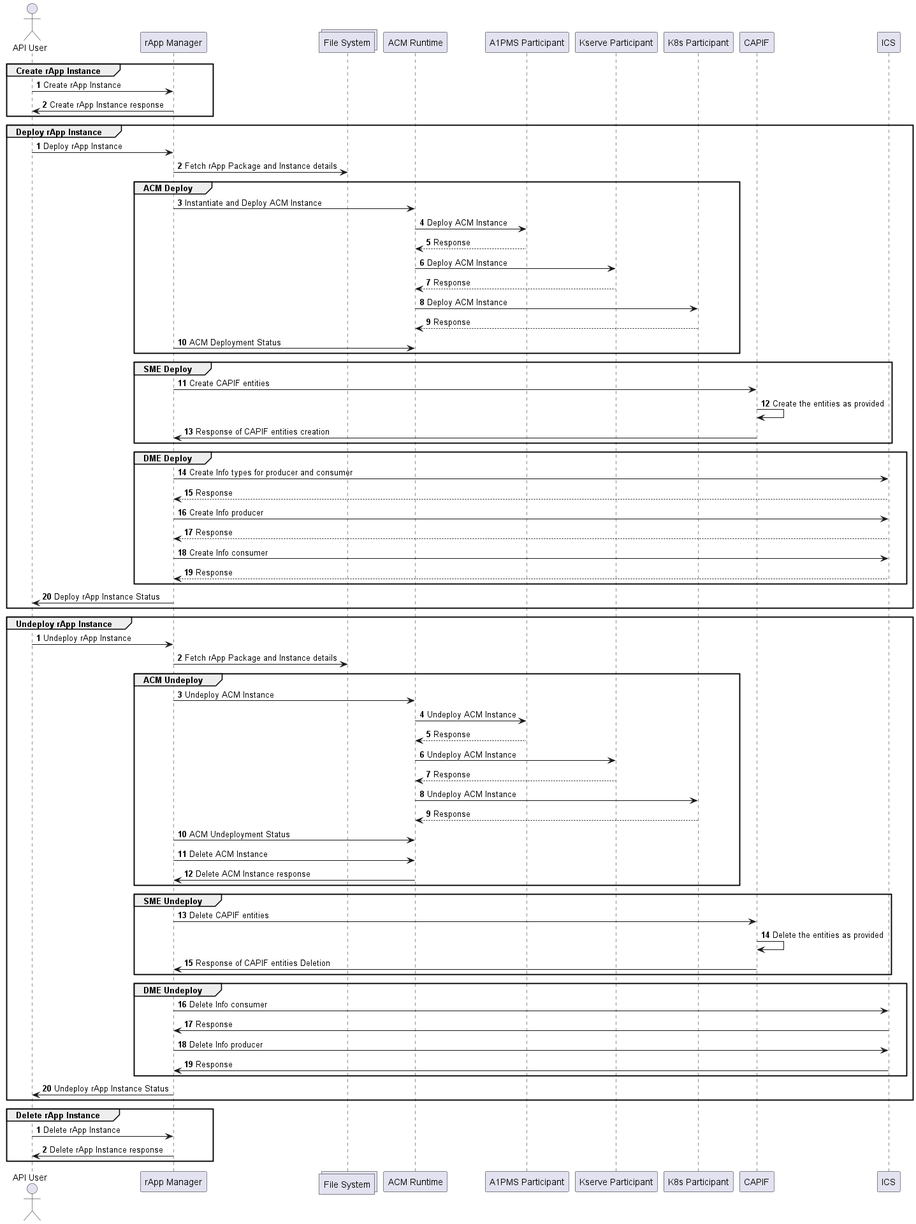
Above: docs/images/rApp-instance-flow.png in o-ran-sc/nonrtric-plt-rappmanager (PlantUML), before the change. Its diagram source:
```plantuml
@startuml
autonumber

actor "API User"
participant "rApp Manager"
collections "File System"
participant "ACM Runtime"
participant "A1PMS Participant"
participant "Kserve Participant"
participant "K8s Participant"
participant "CAPIF"
participant "ICS"

autonumber
group Create rApp Instance
"API User"->"rApp Manager": Create rApp Instance
"rApp Manager"->"API User": Create rApp Instance response
end

autonumber
group Deploy rApp Instance
"API User"->"rApp Manager": Deploy rApp Instance
"rApp Manager"->"File System": Fetch rApp Package and Instance details
    group ACM Deploy
        "rApp Manager"->"ACM Runtime": Instantiate and Deploy ACM Instance
        "ACM Runtime"->"A1PMS Participant": Deploy ACM Instance
        "ACM Runtime"<--"A1PMS Participant": Response
        "ACM Runtime"->"Kserve Participant": Deploy ACM Instance
        "ACM Runtime"<--"Kserve Participant": Response
        "ACM Runtime"->"K8s Participant": Deploy ACM Instance
        "ACM Runtime"<--"K8s Participant": Response
        "rApp Manager"->"ACM Runtime": ACM Deployment Status
    end

    group SME Deploy
        "rApp Manager"->"CAPIF": Create CAPIF entities
        "CAPIF"->"CAPIF": Create the entities as provided
        "rApp Manager"<-"CAPIF": Response of CAPIF entities creation
    end
    group DME Deploy
        "rApp Manager"->"ICS": Create Info types for producer and consumer
        "rApp Manager"<--"ICS": Response
        "rApp Manager"->"ICS": Create Info producer
        "rApp Manager"<--"ICS": Response
        "rApp Manager"->"ICS": Create Info consumer
        "rApp Manager"<--"ICS": Response
    end
"API User"<-"rApp Manager": Deploy rApp Instance Status
end

autonumber
group Undeploy rApp Instance
"API User"->"rApp Manager": Undeploy rApp Instance
"rApp Manager"->"File System": Fetch rApp Package and Instance details
    group ACM Undeploy
        "rApp Manager"->"ACM Runtime": Undeploy ACM Instance
        "ACM Runtime"->"A1PMS Participant": Undeploy ACM Instance
        "ACM Runtime"<--"A1PMS Participant": Response
        "ACM Runtime"->"Kserve Participant": Undeploy ACM Instance
        "ACM Runtime"<--"Kserve Participant": Response
        "ACM Runtime"->"K8s Participant": Undeploy ACM Instance
        "ACM Runtime"<--"K8s Participant": Response
        "rApp Manager"->"ACM Runtime": ACM Undeployment Status
        "rApp Manager"->"ACM Runtime": Delete ACM Instance
        "rApp Manager"<-"ACM Runtime": Delete ACM Instance response
    end

    group SME Undeploy
        "rApp Manager"->"CAPIF": Delete CAPIF entities
        "CAPIF"->"CAPIF": Delete the entities as provided
        "rApp Manager"<-"CAPIF": Response of CAPIF entities Deletion
    end
    group DME Undeploy
        "rApp Manager"->"ICS": Delete Info consumer
        "rApp Manager"<-"ICS": Response
        "rApp Manager"->"ICS": Delete Info producer
        "rApp Manager"<-"ICS": Response
    end
"API User"<-"rApp Manager": Undeploy rApp Instance Status
end

autonumber
group Delete rApp Instance
"API User"->"rApp Manager": Delete rApp Instance
"rApp Manager"->"API User": Delete rApp Instance response
end

@enduml
```
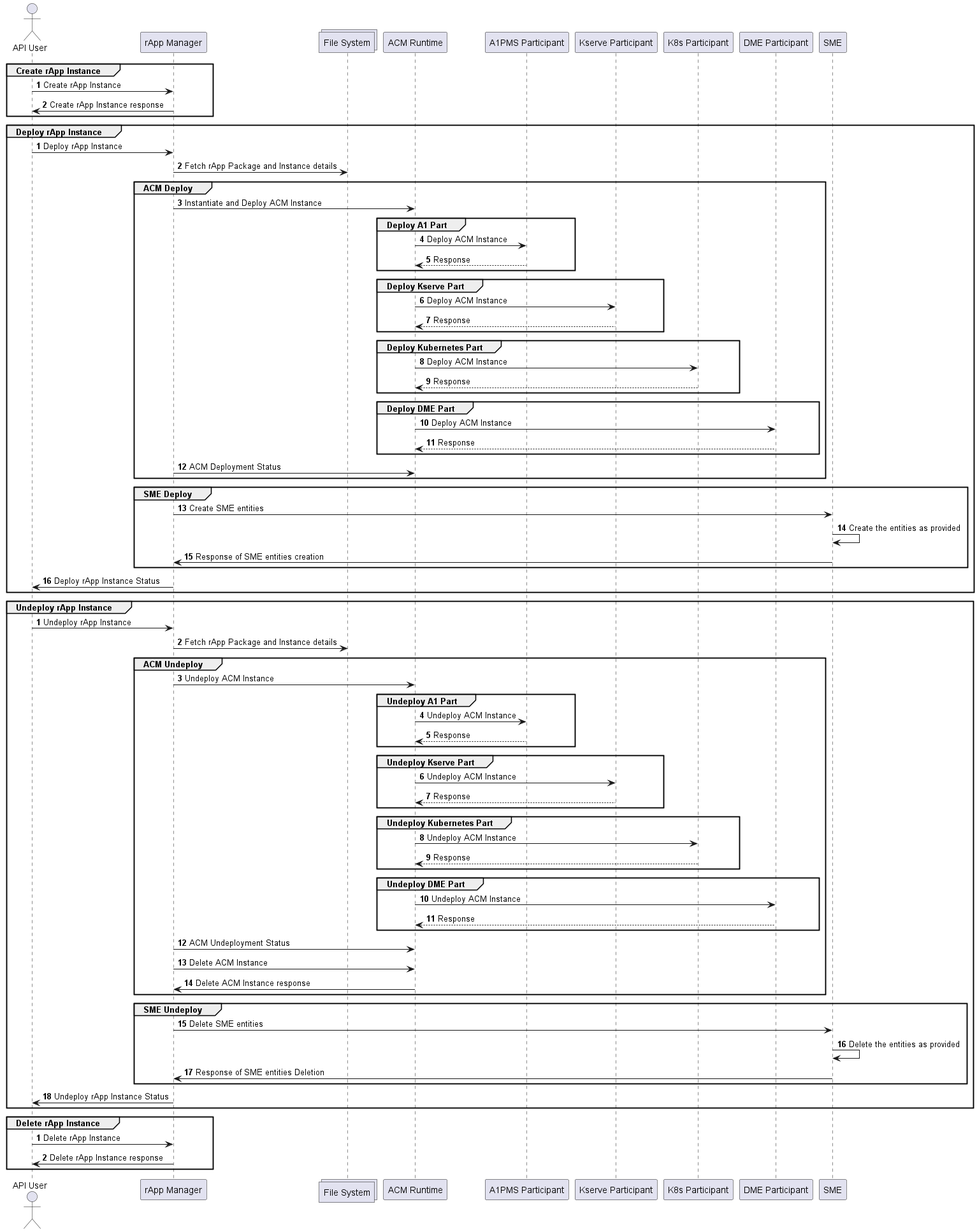
Later version of the same file.

Commit message:
Update flow and architecture images

The edit, as a diff of the source:
```diff
@@ -8,8 +8,8 @@
 participant "A1PMS Participant"
 participant "Kserve Participant"
 participant "K8s Participant"
-participant "CAPIF"
-participant "ICS"
+participant "DME Participant"
+participant "SME"
 
 autonumber
 group Create rApp Instance
@@ -23,27 +23,29 @@
 "rApp Manager"->"File System": Fetch rApp Package and Instance details
     group ACM Deploy
         "rApp Manager"->"ACM Runtime": Instantiate and Deploy ACM Instance
-        "ACM Runtime"->"A1PMS Participant": Deploy ACM Instance
-        "ACM Runtime"<--"A1PMS Participant": Response
-        "ACM Runtime"->"Kserve Participant": Deploy ACM Instance
-        "ACM Runtime"<--"Kserve Participant": Response
-        "ACM Runtime"->"K8s Participant": Deploy ACM Instance
-        "ACM Runtime"<--"K8s Participant": Response
+        group Deploy A1 Part
+            "ACM Runtime"->"A1PMS Participant": Deploy ACM Instance
+            "ACM Runtime"<--"A1PMS Participant": Response
+        end
+        group Deploy Kserve Part
+            "ACM Runtime"->"Kserve Participant": Deploy ACM Instance
+            "ACM Runtime"<--"Kserve Participant": Response
+        end
+        group Deploy Kubernetes Part
+            "ACM Runtime"->"K8s Participant": Deploy ACM Instance
+            "ACM Runtime"<--"K8s Participant": Response
+        end
+        group Deploy DME Part
+            "ACM Runtime"->"DME Participant": Deploy ACM Instance
+            "ACM Runtime"<--"DME Participant": Response
+        end
         "rApp Manager"->"ACM Runtime": ACM Deployment Status
     end
 
     group SME Deploy
-        "rApp Manager"->"CAPIF": Create CAPIF entities
-        "CAPIF"->"CAPIF": Create the entities as provided
-        "rApp Manager"<-"CAPIF": Response of CAPIF entities creation
-    end
-    group DME Deploy
-        "rApp Manager"->"ICS": Create Info types for producer and consumer
-        "rApp Manager"<--"ICS": Response
-        "rApp Manager"->"ICS": Create Info producer
-        "rApp Manager"<--"ICS": Response
-        "rApp Manager"->"ICS": Create Info consumer
-        "rApp Manager"<--"ICS": Response
+        "rApp Manager"->"SME": Create SME entities
+        "SME"->"SME": Create the entities as provided
+        "rApp Manager"<-"SME": Response of SME entities creation
     end
 "API User"<-"rApp Manager": Deploy rApp Instance Status
 end
@@ -54,27 +56,31 @@
 "rApp Manager"->"File System": Fetch rApp Package and Instance details
     group ACM Undeploy
         "rApp Manager"->"ACM Runtime": Undeploy ACM Instance
-        "ACM Runtime"->"A1PMS Participant": Undeploy ACM Instance
-        "ACM Runtime"<--"A1PMS Participant": Response
-        "ACM Runtime"->"Kserve Participant": Undeploy ACM Instance
-        "ACM Runtime"<--"Kserve Participant": Response
-        "ACM Runtime"->"K8s Participant": Undeploy ACM Instance
-        "ACM Runtime"<--"K8s Participant": Response
+        group Undeploy A1 Part
+            "ACM Runtime"->"A1PMS Participant": Undeploy ACM Instance
+            "ACM Runtime"<--"A1PMS Participant": Response
+        end
+        group Undeploy Kserve Part
+            "ACM Runtime"->"Kserve Participant": Undeploy ACM Instance
+            "ACM Runtime"<--"Kserve Participant": Response
+        end
+        group Undeploy Kubernetes Part
+            "ACM Runtime"->"K8s Participant": Undeploy ACM Instance
+            "ACM Runtime"<--"K8s Participant": Response
+        end
+        group Undeploy DME Part
+            "ACM Runtime"->"DME Participant": Undeploy ACM Instance
+            "ACM Runtime"<--"DME Participant": Response
+        end
         "rApp Manager"->"ACM Runtime": ACM Undeployment Status
         "rApp Manager"->"ACM Runtime": Delete ACM Instance
         "rApp Manager"<-"ACM Runtime": Delete ACM Instance response
     end
 
     group SME Undeploy
-        "rApp Manager"->"CAPIF": Delete CAPIF entities
-        "CAPIF"->"CAPIF": Delete the entities as provided
-        "rApp Manager"<-"CAPIF": Response of CAPIF entities Deletion
-    end
-    group DME Undeploy
-        "rApp Manager"->"ICS": Delete Info consumer
-        "rApp Manager"<-"ICS": Response
-        "rApp Manager"->"ICS": Delete Info producer
-        "rApp Manager"<-"ICS": Response
+        "rApp Manager"->"SME": Delete SME entities
+        "SME"->"SME": Delete the entities as provided
+        "rApp Manager"<-"SME": Response of SME entities Deletion
     end
 "API User"<-"rApp Manager": Undeploy rApp Instance Status
 end
```
